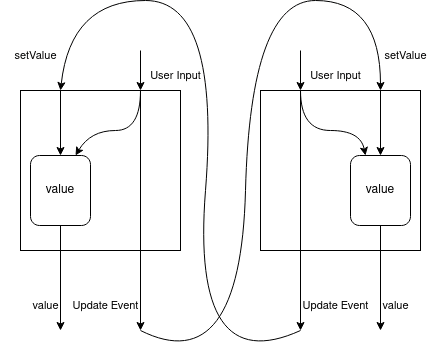
Before: images/temperature/cyclic-good.png, a diagram exported from draw.io (obsidiansystems/seven-guis-vty). Source tidied: cells renumbered, new cells last; positions are measured from the earlier drawing's top-left corner, leaving out a move shared by most shapes.
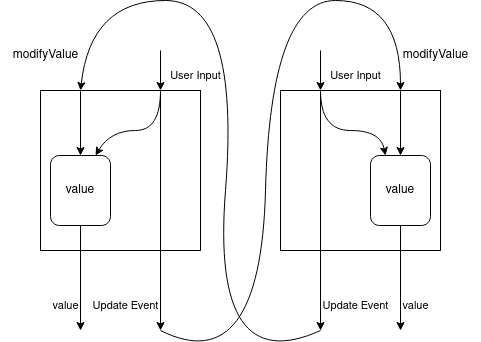
The same diagram one commit later.

The edit, as a diff of the source:
```diff
@@ -49,8 +49,8 @@
         <mxPoint x="300" y="330" as="targetPoint" />
       </mxGeometry>
     </mxCell>
-    <mxCell id="12" value="&lt;div style=&quot;font-size: 11px;&quot;&gt;&lt;font style=&quot;font-size: 11px;&quot;&gt;setValue&lt;/font&gt;&lt;/div&gt;" style="text;html=1;align=center;verticalAlign=middle;strokeColor=none;fillColor=none;" parent="1" vertex="1">
-      <mxGeometry x="370" y="40" width="70" height="30" as="geometry" />
+    <mxCell id="12" value="modifyValue" style="text;html=1;align=center;verticalAlign=middle;strokeColor=none;fillColor=none;" parent="1" vertex="1">
+      <mxGeometry x="370" y="40" width="90" height="30" as="geometry" />
     </mxCell>
     <mxCell id="13" style="endArrow=classic;html=1;rounded=0;fontSize=11;exitX=0.75;exitY=0;exitDx=0;exitDy=0;entryX=0.5;entryY=0;entryDx=0;entryDy=0;" parent="1" edge="1" source="4" target="9">
       <mxGeometry relative="1" as="geometry" />
@@ -98,8 +98,8 @@
         </Array>
       </mxGeometry>
     </mxCell>
-    <mxCell id="20" value="&lt;div style=&quot;font-size: 11px;&quot;&gt;&lt;font style=&quot;font-size: 11px;&quot;&gt;setValue&lt;/font&gt;&lt;/div&gt;" style="text;html=1;align=center;verticalAlign=middle;strokeColor=none;fillColor=none;" parent="1" vertex="1">
-      <mxGeometry y="40" width="70" height="30" as="geometry" />
+    <mxCell id="20" value="&lt;div&gt;modifyValue&lt;/div&gt;" style="text;html=1;align=center;verticalAlign=middle;strokeColor=none;fillColor=none;" parent="1" vertex="1">
+      <mxGeometry x="-20" y="40" width="90" height="30" as="geometry" />
     </mxCell>
     <mxCell id="21" value="&lt;div&gt;User Input&lt;/div&gt;" style="text;html=1;align=center;verticalAlign=middle;strokeColor=none;fillColor=none;fontSize=11;" parent="1" vertex="1">
       <mxGeometry x="140" y="60" width="70" height="30" as="geometry" />
```
